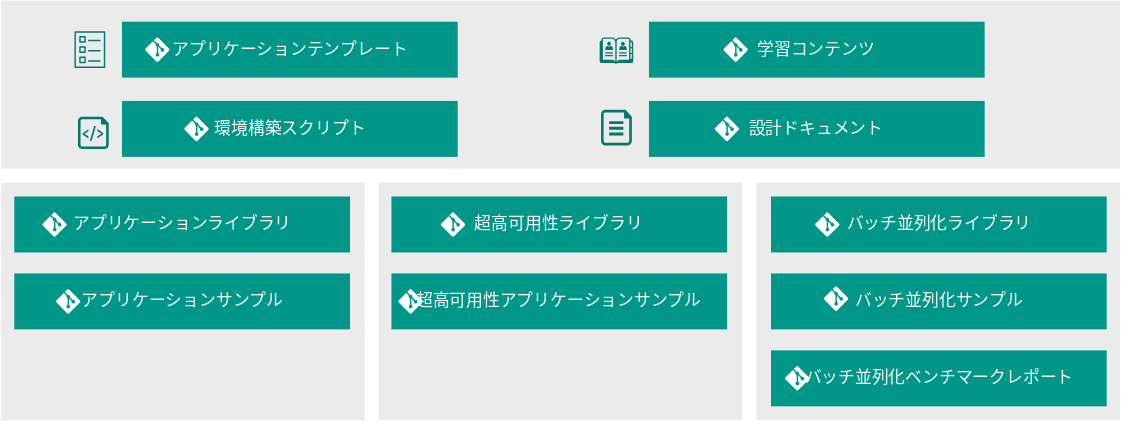
Above: img/lerna_content_list.drawio.svg in lerna-stack/lerna-stack.github.io (draw.io), before the change. Source tidied: cells renumbered, new cells last; positions are measured from the earlier drawing's top-left corner, leaving out a move shared by most shapes.
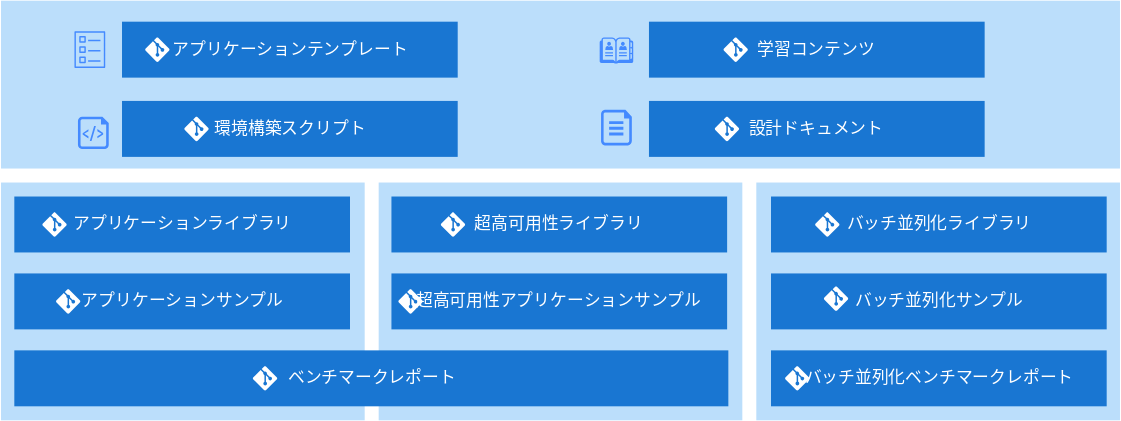
The same diagram one commit later.

What changed in the source:
```diff
@@ -2,72 +2,72 @@
   <root>
     <mxCell id="0" />
     <mxCell id="1" parent="0" />
-    <mxCell id="2" style="whiteSpace=wrap;html=1;rounded=0;shadow=0;glass=0;sketch=0;align=left;dashed=1;verticalAlign=top;labelBackgroundColor=none;strokeColor=none;fillColor=#EBEBEB;" parent="1" vertex="1">
+    <mxCell id="2" style="whiteSpace=wrap;html=1;rounded=0;shadow=0;glass=0;sketch=0;align=left;dashed=1;verticalAlign=top;labelBackgroundColor=none;strokeColor=none;fillColor=#BBDEFB;" parent="1" vertex="1">
       <mxGeometry width="800" height="120" as="geometry" />
     </mxCell>
-    <mxCell id="3" style="whiteSpace=wrap;html=1;rounded=0;shadow=0;glass=0;sketch=0;align=left;dashed=1;verticalAlign=top;labelBackgroundColor=none;strokeColor=none;fillColor=#EBEBEB;" parent="1" vertex="1">
+    <mxCell id="3" style="whiteSpace=wrap;html=1;rounded=0;shadow=0;glass=0;sketch=0;align=left;dashed=1;verticalAlign=top;labelBackgroundColor=none;strokeColor=none;fillColor=#BBDEFB;" parent="1" vertex="1">
       <mxGeometry x="540" y="130" width="260" height="170" as="geometry" />
     </mxCell>
-    <mxCell id="4" style="whiteSpace=wrap;html=1;rounded=0;shadow=0;glass=0;sketch=0;align=left;dashed=1;verticalAlign=top;labelBackgroundColor=none;strokeColor=none;fillColor=#EBEBEB;" parent="1" vertex="1">
+    <mxCell id="4" style="whiteSpace=wrap;html=1;rounded=0;shadow=0;glass=0;sketch=0;align=left;dashed=1;verticalAlign=top;labelBackgroundColor=none;strokeColor=none;fillColor=#BBDEFB;" parent="1" vertex="1">
       <mxGeometry x="270" y="130" width="260" height="170" as="geometry" />
     </mxCell>
-    <mxCell id="5" style="whiteSpace=wrap;html=1;rounded=0;shadow=0;glass=0;sketch=0;align=left;dashed=1;verticalAlign=top;labelBackgroundColor=none;strokeColor=none;fillColor=#EBEBEB;" parent="1" vertex="1">
+    <mxCell id="5" style="whiteSpace=wrap;html=1;rounded=0;shadow=0;glass=0;sketch=0;align=left;dashed=1;verticalAlign=top;labelBackgroundColor=none;strokeColor=none;fillColor=#BBDEFB;" parent="1" vertex="1">
       <mxGeometry y="130" width="260" height="170" as="geometry" />
     </mxCell>
-    <mxCell id="6" style="verticalLabelPosition=bottom;html=1;verticalAlign=top;align=center;shape=mxgraph.azure.file;rounded=0;shadow=0;glass=0;dashed=1;labelBackgroundColor=none;sketch=0;fontColor=#ffffff;strokeColor=none;fillColor=#00796B;" parent="1" vertex="1">
+    <mxCell id="6" style="verticalLabelPosition=bottom;html=1;verticalAlign=top;align=center;shape=mxgraph.azure.file;rounded=0;shadow=0;glass=0;dashed=1;labelBackgroundColor=none;sketch=0;fontColor=#ffffff;strokeColor=none;fillColor=#448AFF;" parent="1" vertex="1">
       <mxGeometry x="429" y="77.9" width="22" height="25.6" as="geometry" />
     </mxCell>
-    <mxCell id="7" style="fontColor=#ffffff;dashed=0;verticalLabelPosition=bottom;verticalAlign=top;align=center;html=1;fontSize=12;fontStyle=0;shape=mxgraph.aws4.template;rounded=0;shadow=0;glass=0;labelBackgroundColor=none;sketch=0;strokeColor=none;fillColor=#00796B;" parent="1" vertex="1">
+    <mxCell id="7" style="fontColor=#ffffff;dashed=0;verticalLabelPosition=bottom;verticalAlign=top;align=center;html=1;fontSize=12;fontStyle=0;shape=mxgraph.aws4.template;rounded=0;shadow=0;glass=0;labelBackgroundColor=none;sketch=0;strokeColor=none;fillColor=#448AFF;" parent="1" vertex="1">
       <mxGeometry x="52.5" y="21.8" width="22" height="26.4" as="geometry" />
     </mxCell>
-    <mxCell id="8" style="shadow=0;dashed=0;html=1;labelPosition=center;verticalLabelPosition=bottom;verticalAlign=top;align=center;shape=mxgraph.office.concepts.address_book;rounded=0;glass=0;labelBackgroundColor=none;sketch=0;fontColor=#ffffff;strokeColor=none;fillColor=#00796B;" parent="1" vertex="1">
+    <mxCell id="8" style="shadow=0;dashed=0;html=1;labelPosition=center;verticalLabelPosition=bottom;verticalAlign=top;align=center;shape=mxgraph.office.concepts.address_book;rounded=0;glass=0;labelBackgroundColor=none;sketch=0;fontColor=#ffffff;strokeColor=none;fillColor=#448AFF;" parent="1" vertex="1">
       <mxGeometry x="428" y="26.2" width="24" height="18.6" as="geometry" />
     </mxCell>
-    <mxCell id="9" style="verticalLabelPosition=bottom;html=1;verticalAlign=top;align=center;shape=mxgraph.azure.script_file;rounded=0;shadow=0;glass=0;dashed=1;labelBackgroundColor=none;sketch=0;fontColor=#ffffff;strokeColor=none;fillColor=#00796B;" parent="1" vertex="1">
+    <mxCell id="9" style="verticalLabelPosition=bottom;html=1;verticalAlign=top;align=center;shape=mxgraph.azure.script_file;rounded=0;shadow=0;glass=0;dashed=1;labelBackgroundColor=none;sketch=0;fontColor=#ffffff;strokeColor=none;fillColor=#448AFF;" parent="1" vertex="1">
       <mxGeometry x="55" y="82.9" width="22" height="23.2" as="geometry" />
     </mxCell>
     <object id="10" label="アプリケーションテンプレート" placeholders="1">
-      <mxCell style="whiteSpace=wrap;html=1;fontColor=#ffffff;strokeColor=none;fillColor=#009688;" parent="1" vertex="1">
+      <mxCell style="whiteSpace=wrap;html=1;fontColor=#ffffff;strokeColor=none;fillColor=#1976D2;" parent="1" vertex="1">
         <mxGeometry x="86.5" y="15" width="240" height="40" as="geometry" />
       </mxCell>
     </object>
     <mxCell id="11" style="verticalLabelPosition=bottom;html=1;verticalAlign=top;align=center;strokeColor=none;shape=mxgraph.azure.git_repository;rounded=0;shadow=0;glass=0;sketch=0;fillColor=#FFFFFF;" parent="1" vertex="1">
       <mxGeometry x="103" y="26.2" width="17.5" height="17.5" as="geometry" />
     </mxCell>
-    <mxCell id="12" value="環境構築スクリプト" style="whiteSpace=wrap;html=1;fontColor=#ffffff;strokeColor=none;fillColor=#009688;" parent="1" vertex="1">
+    <mxCell id="12" value="環境構築スクリプト" style="whiteSpace=wrap;html=1;fontColor=#ffffff;strokeColor=none;fillColor=#1976D2;" parent="1" vertex="1">
       <mxGeometry x="86.5" y="71.7" width="240" height="40" as="geometry" />
     </mxCell>
     <mxCell id="13" style="verticalLabelPosition=bottom;html=1;verticalAlign=top;align=center;strokeColor=none;shape=mxgraph.azure.git_repository;rounded=0;shadow=0;glass=0;sketch=0;fillColor=#FFFFFF;" parent="1" vertex="1">
       <mxGeometry x="131" y="82.9" width="17.5" height="17.5" as="geometry" />
     </mxCell>
-    <mxCell id="14" value="学習コンテンツ" style="whiteSpace=wrap;html=1;fontColor=#ffffff;strokeColor=none;fillColor=#009688;" parent="1" vertex="1">
+    <mxCell id="14" value="学習コンテンツ" style="whiteSpace=wrap;html=1;fontColor=#ffffff;strokeColor=none;fillColor=#1976D2;" parent="1" vertex="1">
       <mxGeometry x="463.2" y="15" width="240" height="40" as="geometry" />
     </mxCell>
     <mxCell id="15" style="verticalLabelPosition=bottom;html=1;verticalAlign=top;align=center;strokeColor=none;shape=mxgraph.azure.git_repository;rounded=0;shadow=0;glass=0;sketch=0;fillColor=#FFFFFF;" parent="1" vertex="1">
       <mxGeometry x="516.5" y="26.2" width="17.5" height="17.5" as="geometry" />
     </mxCell>
-    <mxCell id="16" value="設計ドキュメント" style="whiteSpace=wrap;html=1;fontColor=#ffffff;strokeColor=none;fillColor=#009688;" parent="1" vertex="1">
+    <mxCell id="16" value="設計ドキュメント" style="whiteSpace=wrap;html=1;fontColor=#ffffff;strokeColor=none;fillColor=#1976D2;" parent="1" vertex="1">
       <mxGeometry x="463.2" y="71.7" width="240" height="40" as="geometry" />
     </mxCell>
     <mxCell id="17" style="verticalLabelPosition=bottom;html=1;verticalAlign=top;align=center;strokeColor=none;shape=mxgraph.azure.git_repository;rounded=0;shadow=0;glass=0;sketch=0;fillColor=#FFFFFF;" parent="1" vertex="1">
       <mxGeometry x="510.2" y="82.9" width="17.5" height="17.5" as="geometry" />
     </mxCell>
-    <mxCell id="18" value="アプリケーションライブラリ" style="whiteSpace=wrap;html=1;fontColor=#ffffff;strokeColor=none;fillColor=#009688;" parent="1" vertex="1">
+    <mxCell id="18" value="アプリケーションライブラリ" style="whiteSpace=wrap;html=1;fontColor=#ffffff;strokeColor=none;fillColor=#1976D2;" parent="1" vertex="1">
       <mxGeometry x="9.5" y="140" width="240" height="40" as="geometry" />
     </mxCell>
     <mxCell id="19" style="verticalLabelPosition=bottom;html=1;verticalAlign=top;align=center;strokeColor=none;shape=mxgraph.azure.git_repository;rounded=0;shadow=0;glass=0;sketch=0;fillColor=#FFFFFF;" parent="1" vertex="1">
       <mxGeometry x="29.5" y="151.2" width="17.5" height="17.5" as="geometry" />
     </mxCell>
-    <mxCell id="20" value="アプリケーションサンプル" style="whiteSpace=wrap;html=1;fontColor=#ffffff;strokeColor=none;fillColor=#009688;" parent="1" vertex="1">
+    <mxCell id="20" value="アプリケーションサンプル" style="whiteSpace=wrap;html=1;fontColor=#ffffff;strokeColor=none;fillColor=#1976D2;" parent="1" vertex="1">
       <mxGeometry x="9.5" y="195" width="240" height="40" as="geometry" />
     </mxCell>
     <mxCell id="21" style="verticalLabelPosition=bottom;html=1;verticalAlign=top;align=center;strokeColor=none;shape=mxgraph.azure.git_repository;rounded=0;shadow=0;glass=0;sketch=0;fillColor=#FFFFFF;" parent="1" vertex="1">
       <mxGeometry x="39.2" y="206.2" width="17.5" height="17.5" as="geometry" />
     </mxCell>
-    <mxCell id="22" value="超高可用性ライブラリ" style="whiteSpace=wrap;html=1;fontColor=#ffffff;strokeColor=none;fillColor=#009688;" parent="1" vertex="1">
+    <mxCell id="22" value="超高可用性ライブラリ" style="whiteSpace=wrap;html=1;fontColor=#ffffff;strokeColor=none;fillColor=#1976D2;" parent="1" vertex="1">
       <mxGeometry x="279.1" y="140" width="240" height="40" as="geometry" />
     </mxCell>
-    <mxCell id="23" value="　超高可用性アプリケーションサンプル" style="whiteSpace=wrap;html=1;fontColor=#ffffff;strokeColor=none;fillColor=#009688;" parent="1" vertex="1">
+    <mxCell id="23" value="　超高可用性アプリケーションサンプル" style="whiteSpace=wrap;html=1;fontColor=#ffffff;strokeColor=none;fillColor=#1976D2;" parent="1" vertex="1">
       <mxGeometry x="279.1" y="195" width="240" height="40" as="geometry" />
     </mxCell>
     <mxCell id="24" style="verticalLabelPosition=bottom;html=1;verticalAlign=top;align=center;strokeColor=none;shape=mxgraph.azure.git_repository;rounded=0;shadow=0;glass=0;sketch=0;fillColor=#FFFFFF;" parent="1" vertex="1">
@@ -76,13 +76,13 @@
     <mxCell id="25" style="verticalLabelPosition=bottom;html=1;verticalAlign=top;align=center;strokeColor=none;shape=mxgraph.azure.git_repository;rounded=0;shadow=0;glass=0;sketch=0;fillColor=#FFFFFF;" parent="1" vertex="1">
       <mxGeometry x="314.4" y="151.2" width="17.5" height="17.5" as="geometry" />
     </mxCell>
-    <mxCell id="26" value="バッチ並列化サンプル" style="whiteSpace=wrap;html=1;fontColor=#ffffff;strokeColor=none;fillColor=#009688;" parent="1" vertex="1">
+    <mxCell id="26" value="バッチ並列化サンプル" style="whiteSpace=wrap;html=1;fontColor=#ffffff;strokeColor=none;fillColor=#1976D2;" parent="1" vertex="1">
       <mxGeometry x="550.5" y="195" width="240" height="40" as="geometry" />
     </mxCell>
-    <mxCell id="27" value="バッチ並列化ライブラリ" style="whiteSpace=wrap;html=1;fontColor=#ffffff;strokeColor=none;fillColor=#009688;" parent="1" vertex="1">
+    <mxCell id="27" value="バッチ並列化ライブラリ" style="whiteSpace=wrap;html=1;fontColor=#ffffff;strokeColor=none;fillColor=#1976D2;" parent="1" vertex="1">
       <mxGeometry x="550.5" y="140" width="240" height="40" as="geometry" />
     </mxCell>
-    <mxCell id="28" value="　バッチ並列化ベンチマークレポート" style="whiteSpace=wrap;html=1;fontColor=#ffffff;strokeColor=none;fillColor=#009688;" parent="1" vertex="1">
+    <mxCell id="28" value="　バッチ並列化ベンチマークレポート" style="whiteSpace=wrap;html=1;fontColor=#ffffff;strokeColor=none;fillColor=#1976D2;" parent="1" vertex="1">
       <mxGeometry x="550.5" y="250" width="240" height="40" as="geometry" />
     </mxCell>
     <mxCell id="29" style="verticalLabelPosition=bottom;html=1;verticalAlign=top;align=center;strokeColor=none;shape=mxgraph.azure.git_repository;rounded=0;shadow=0;glass=0;sketch=0;fillColor=#FFFFFF;" parent="1" vertex="1">
@@ -94,5 +94,11 @@
     <mxCell id="31" style="verticalLabelPosition=bottom;html=1;verticalAlign=top;align=center;strokeColor=none;shape=mxgraph.azure.git_repository;rounded=0;shadow=0;glass=0;sketch=0;fillColor=#FFFFFF;" parent="1" vertex="1">
       <mxGeometry x="582" y="151.2" width="17.5" height="17.5" as="geometry" />
     </mxCell>
+    <mxCell id="32" value="ベンチマークレポート" style="whiteSpace=wrap;html=1;fontColor=#ffffff;strokeColor=none;fillColor=#1976D2;" parent="1" vertex="1">
+      <mxGeometry x="9.5" y="250" width="510.5" height="40" as="geometry" />
+    </mxCell>
+    <mxCell id="33" style="verticalLabelPosition=bottom;html=1;verticalAlign=top;align=center;strokeColor=none;shape=mxgraph.azure.git_repository;rounded=0;shadow=0;glass=0;sketch=0;fillColor=#FFFFFF;" parent="1" vertex="1">
+      <mxGeometry x="180" y="261.2" width="17.5" height="17.5" as="geometry" />
+    </mxCell>
   </root>
 </mxGraphModel>
```
